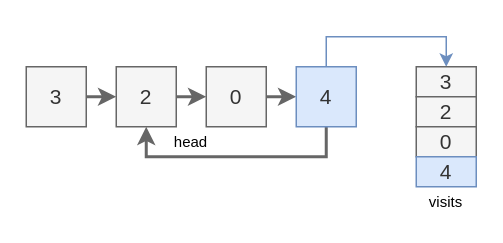
hanggrian/grind-leetcode keeps this draw.io diagram as page "1_2" (2 of 5) of docs/problems101_200/linked-list-cycle.drawio. Above is the earlier version. Source tidied: cells renumbered, new cells numbered last; positions are measured from the earlier drawing's top-left corner, leaving out a move shared by most shapes. Both pictures are drawn from the tidied source at 150%, with x=0, y=0 at pixel (26, 36).
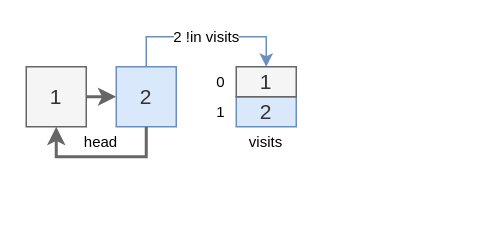
Above is the later version.

Change to the diagram source:
```diff
@@
 <mxGraphModel>
   <root>
-    <mxCell id="0" />
-    <mxCell id="1" parent="0" />
-    <mxCell id="2" style="edgeStyle=orthogonalEdgeStyle;rounded=0;jettySize=auto;html=1;exitX=1;exitY=0.5;exitDx=0;exitDy=0;entryX=0;entryY=0.5;entryDx=0;entryDy=0;fillColor=#f5f5f5;strokeColor=#666666;strokeWidth=2;" parent="1" edge="1" source="4" target="6">
-      <mxGeometry relative="1" as="geometry" />
-    </mxCell>
-    <mxCell id="3" style="edgeStyle=orthogonalEdgeStyle;rounded=0;jettySize=auto;html=1;exitX=0.5;exitY=0;exitDx=0;exitDy=0;entryX=0.5;entryY=0;entryDx=0;entryDy=0;fillColor=#dae8fc;strokeColor=#6c8ebf;" parent="1" edge="1" source="10" target="12">
-      <mxGeometry relative="1" as="geometry">
-        <Array as="points">
-          <mxPoint x="260" />
-          <mxPoint x="340" />
-        </Array>
-      </mxGeometry>
-    </mxCell>
-    <mxCell id="4" value="3" style="text;html=1;align=center;verticalAlign=middle;whiteSpace=wrap;rounded=0;fillColor=#f5f5f5;strokeColor=#666666;fontSize=14;fontColor=#333333;" parent="1" vertex="1">
-      <mxGeometry y="20" width="40" height="40" as="geometry" />
-    </mxCell>
-    <mxCell id="5" style="edgeStyle=orthogonalEdgeStyle;rounded=0;jettySize=auto;html=1;exitX=1;exitY=0.5;exitDx=0;exitDy=0;entryX=0;entryY=0.5;entryDx=0;entryDy=0;fillColor=#f5f5f5;strokeColor=#666666;strokeWidth=2;" parent="1" edge="1" source="6" target="8">
-      <mxGeometry relative="1" as="geometry" />
-    </mxCell>
-    <mxCell id="6" value="2" style="text;html=1;align=center;verticalAlign=middle;whiteSpace=wrap;rounded=0;fillColor=#f5f5f5;strokeColor=#666666;fontSize=14;fontColor=#333333;" parent="1" vertex="1">
-      <mxGeometry x="60" y="20" width="40" height="40" as="geometry" />
-    </mxCell>
-    <mxCell id="7" style="edgeStyle=orthogonalEdgeStyle;rounded=0;jettySize=auto;html=1;exitX=1;exitY=0.5;exitDx=0;exitDy=0;entryX=0;entryY=0.5;entryDx=0;entryDy=0;fillColor=#f5f5f5;strokeColor=#666666;strokeWidth=2;" parent="1" edge="1" source="8" target="10">
-      <mxGeometry relative="1" as="geometry" />
-    </mxCell>
-    <mxCell id="8" value="0" style="text;html=1;align=center;verticalAlign=middle;whiteSpace=wrap;rounded=0;fillColor=#f5f5f5;strokeColor=#666666;fontSize=14;fontColor=#333333;" parent="1" vertex="1">
-      <mxGeometry x="120" y="20" width="40" height="40" as="geometry" />
-    </mxCell>
-    <mxCell id="9" style="edgeStyle=orthogonalEdgeStyle;rounded=0;jettySize=auto;html=1;exitX=0.5;exitY=1;exitDx=0;exitDy=0;entryX=0.5;entryY=1;entryDx=0;entryDy=0;strokeWidth=2;fillColor=#f5f5f5;strokeColor=#666666;" parent="1" edge="1" source="10" target="6">
-      <mxGeometry relative="1" as="geometry" />
-    </mxCell>
-    <mxCell id="10" value="4" style="text;html=1;align=center;verticalAlign=middle;whiteSpace=wrap;rounded=0;fillColor=#dae8fc;strokeColor=#6c8ebf;fontSize=14;fontColor=#333333;" parent="1" vertex="1">
-      <mxGeometry x="180" y="20" width="40" height="40" as="geometry" />
-    </mxCell>
+    <mxCell id="17" />
+    <mxCell id="18" parent="17" />
+    <mxCell id="19" style="edgeStyle=orthogonalEdgeStyle;rounded=0;jettySize=auto;html=1;exitX=1;exitY=0.5;exitDx=0;exitDy=0;entryX=0;entryY=0.5;entryDx=0;entryDy=0;fillColor=#f5f5f5;strokeColor=#666666;strokeWidth=2;" parent="18" edge="1" source="21" target="22">
+      <mxGeometry relative="1" as="geometry" />
+    </mxCell>
+    <mxCell id="20" value="&lt;span style=&quot;font-size: 10px;&quot;&gt;2 !in visits&lt;/span&gt;" style="edgeStyle=orthogonalEdgeStyle;rounded=0;jettySize=auto;html=1;exitX=0.5;exitY=0;exitDx=0;exitDy=0;fillColor=#dae8fc;strokeColor=#6c8ebf;entryX=0.5;entryY=0;entryDx=0;entryDy=0;" parent="18" edge="1" source="22" target="26">
+      <mxGeometry relative="1" as="geometry">
+        <Array as="points">
+          <mxPoint x="80" />
+          <mxPoint x="160" />
+        </Array>
+      </mxGeometry>
+    </mxCell>
+    <mxCell id="21" value="1" style="text;html=1;align=center;verticalAlign=middle;whiteSpace=wrap;rounded=0;fillColor=#f5f5f5;strokeColor=#666666;fontSize=14;fontColor=#333333;" parent="18" vertex="1">
+      <mxGeometry y="20" width="40" height="40" as="geometry" />
+    </mxCell>
+    <mxCell id="22" value="2" style="text;html=1;align=center;verticalAlign=middle;whiteSpace=wrap;rounded=0;fillColor=#dae8fc;strokeColor=#6c8ebf;fontSize=14;fontColor=#333333;" parent="18" vertex="1">
+      <mxGeometry x="60" y="20" width="40" height="40" as="geometry" />
+    </mxCell>
+    <mxCell id="23" style="edgeStyle=orthogonalEdgeStyle;rounded=0;jettySize=auto;html=1;exitX=0.5;exitY=1;exitDx=0;exitDy=0;entryX=0.5;entryY=1;entryDx=0;entryDy=0;strokeWidth=2;fillColor=#f5f5f5;strokeColor=#666666;" parent="18" edge="1" source="22" target="21">
+      <mxGeometry relative="1" as="geometry" />
+    </mxCell>
-    <mxCell id="11" value="head" style="text;html=1;align=center;verticalAlign=middle;whiteSpace=wrap;rounded=0;fontSize=10;" parent="1" vertex="1">
-      <mxGeometry y="60" width="220" height="20" as="geometry" />
+    <mxCell id="11" value="head" style="text;html=1;align=center;verticalAlign=middle;whiteSpace=wrap;rounded=0;fontSize=10;" parent="18" vertex="1">
+      <mxGeometry y="60" width="100" height="20" as="geometry" />
     </mxCell>
-    <mxCell id="12" value="3" style="text;html=1;align=center;verticalAlign=middle;whiteSpace=wrap;rounded=0;fillColor=#f5f5f5;strokeColor=#666666;fontSize=14;fontColor=#333333;" parent="1" vertex="1">
-      <mxGeometry x="260" y="20" width="40" height="20" as="geometry" />
-    </mxCell>
-    <mxCell id="13" value="2" style="text;html=1;align=center;verticalAlign=middle;whiteSpace=wrap;rounded=0;fillColor=#f5f5f5;strokeColor=#666666;fontSize=14;fontColor=#333333;" parent="1" vertex="1">
-      <mxGeometry x="260" y="40" width="40" height="20" as="geometry" />
-    </mxCell>
-    <mxCell id="14" value="0" style="text;html=1;align=center;verticalAlign=middle;whiteSpace=wrap;rounded=0;fillColor=#f5f5f5;strokeColor=#666666;fontSize=14;fontColor=#333333;" parent="1" vertex="1">
-      <mxGeometry x="260" y="60" width="40" height="20" as="geometry" />
-    </mxCell>
+    <mxCell id="24" value="2" style="text;html=1;align=center;verticalAlign=middle;whiteSpace=wrap;rounded=0;fillColor=#dae8fc;strokeColor=#6c8ebf;fontSize=14;fontColor=#333333;" parent="18" vertex="1">
+      <mxGeometry x="140" y="40" width="40" height="20" as="geometry" />
+    </mxCell>
-    <mxCell id="15" value="visits" style="text;html=1;align=center;verticalAlign=middle;whiteSpace=wrap;rounded=0;fontSize=10;" parent="1" vertex="1">
-      <mxGeometry x="260" y="100" width="40" height="20" as="geometry" />
+    <mxCell id="15" value="visits" style="text;html=1;align=center;verticalAlign=middle;whiteSpace=wrap;rounded=0;fontSize=10;" parent="18" vertex="1">
+      <mxGeometry x="140" y="60" width="40" height="20" as="geometry" />
     </mxCell>
-    <mxCell id="16" value="4" style="text;html=1;align=center;verticalAlign=middle;whiteSpace=wrap;rounded=0;fillColor=#dae8fc;strokeColor=#6c8ebf;fontSize=14;fontColor=#333333;" parent="1" vertex="1">
-      <mxGeometry x="260" y="80" width="40" height="20" as="geometry" />
-    </mxCell>
+    <mxCell id="25" value="0" style="text;html=1;align=center;verticalAlign=middle;whiteSpace=wrap;rounded=0;fontSize=10;" parent="18" vertex="1">
+      <mxGeometry x="120" y="20" width="20" height="20" as="geometry" />
+    </mxCell>
+    <mxCell id="26" value="1" style="text;html=1;align=center;verticalAlign=middle;whiteSpace=wrap;rounded=0;fillColor=#f5f5f5;strokeColor=#666666;fontSize=14;fontColor=#333333;" parent="18" vertex="1">
+      <mxGeometry x="140" y="20" width="40" height="20" as="geometry" />
+    </mxCell>
+    <mxCell id="27" value="1" style="text;html=1;align=center;verticalAlign=middle;whiteSpace=wrap;rounded=0;fontSize=10;" parent="18" vertex="1">
+      <mxGeometry x="120" y="40" width="20" height="20" as="geometry" />
+    </mxCell>
   </root>
 </mxGraphModel>
```
